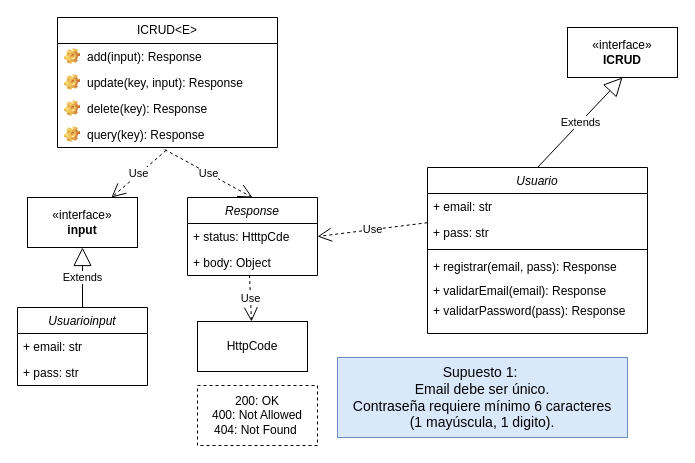
Earlier version of the draw.io diagram Front-End_Sprint/Diagrama sin título.drawio (Giggin-html/dwm4). Source tidied: cells renumbered, new cells numbered last; positions are measured from the earlier drawing's top-left corner, leaving out a move shared by most shapes. Both pictures are drawn from the tidied source at 100%, with x=0, y=0 at pixel (17, 17).
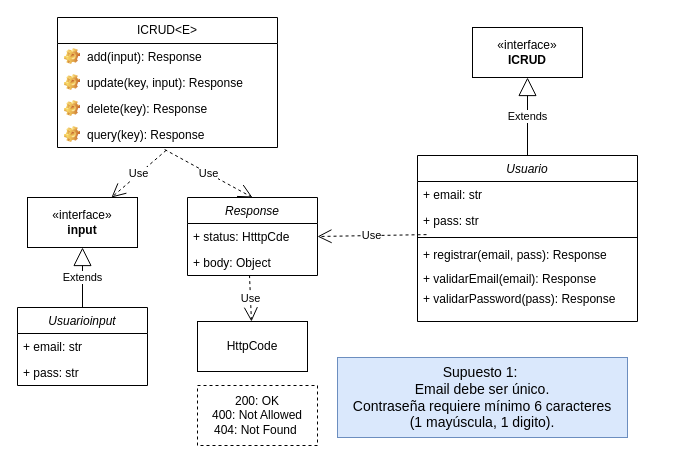
Above is the later version.

The change refers to these unchanged cells:
```xml
<mxCell id="3" value="+ email: str" style="text;strokeColor=none;fillColor=none;align=left;verticalAlign=top;spacingLeft=4;spacingRight=4;overflow=hidden;points=[[0,0.5],[1,0.5]];portConstraint=eastwest;whiteSpace=wrap;html=1;" parent="2" vertex="1">
  <mxGeometry y="26" width="220" height="26" as="geometry" />
</mxCell>
<mxCell id="4" value="+ pass: str" style="text;strokeColor=none;fillColor=none;align=left;verticalAlign=top;spacingLeft=4;spacingRight=4;overflow=hidden;points=[[0,0.5],[1,0.5]];portConstraint=eastwest;whiteSpace=wrap;html=1;" parent="2" vertex="1">
  <mxGeometry y="52" width="220" height="26" as="geometry" />
</mxCell>
<mxCell id="21" value="+ status: HtttpCde" style="text;strokeColor=none;fillColor=none;align=left;verticalAlign=top;spacingLeft=4;spacingRight=4;overflow=hidden;points=[[0,0.5],[1,0.5]];portConstraint=eastwest;whiteSpace=wrap;html=1;" parent="20" vertex="1">
  <mxGeometry y="26" width="130" height="26" as="geometry" />
</mxCell>
```

What changed in the source:
```diff
@@
     <mxCell id="2" value="Usuario" style="swimlane;fontStyle=2;align=center;verticalAlign=top;horizontal=1;startSize=26;rounded=0;shadow=0;strokeWidth=1;" parent="1" vertex="1">
-      <mxGeometry x="410" y="150" width="220" height="166" as="geometry" />
+      <mxGeometry x="400" y="138" width="220" height="166" as="geometry" />
     </mxCell>
@@
     <mxCell id="26" value="«interface»&lt;br&gt;&lt;b&gt;ICRUD&lt;/b&gt;" style="html=1;whiteSpace=wrap;" parent="1" vertex="1">
-      <mxGeometry x="550" y="10" width="110" height="50" as="geometry" />
+      <mxGeometry x="455" y="10" width="110" height="50" as="geometry" />
     </mxCell>
@@
-    <mxCell id="28" value="Use" style="endArrow=open;endSize=12;dashed=1;html=1;rounded=0;entryX=1;entryY=0.5;entryDx=0;entryDy=0;exitX=0;exitY=1.123;exitDx=0;exitDy=0;exitPerimeter=0;" parent="1" edge="1" source="3" target="21">
+    <mxCell id="28" value="Use" style="endArrow=open;endSize=12;dashed=1;html=1;rounded=0;entryX=1;entryY=0.5;entryDx=0;entryDy=0;exitX=0.041;exitY=1.043;exitDx=0;exitDy=0;exitPerimeter=0;" parent="1" edge="1" source="4" target="21">
       <mxGeometry relative="1" as="geometry" />
     </mxCell>
```
